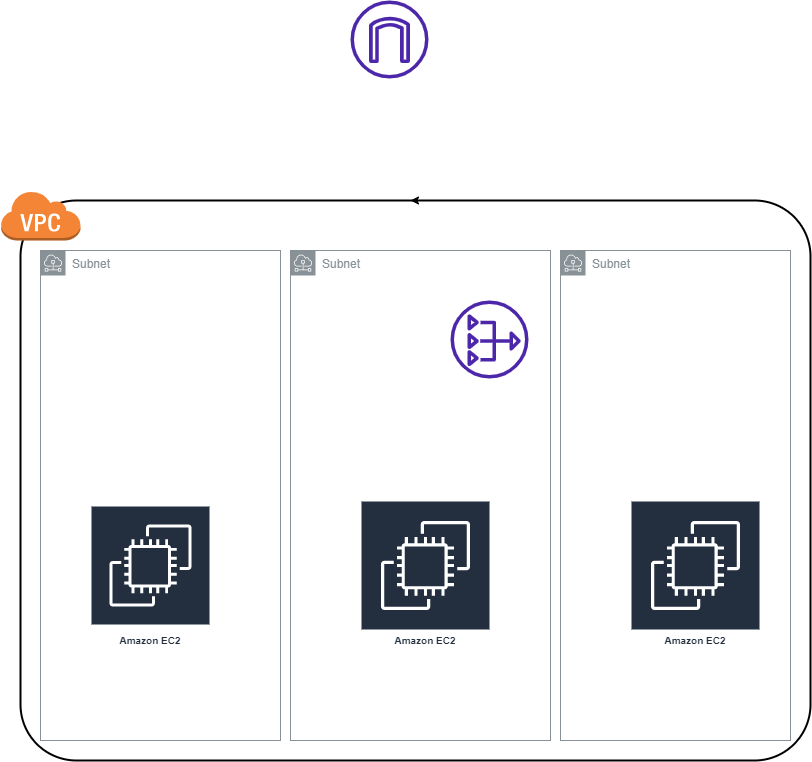
The draw.io diagram Tools/VPC.drawio.png in ManuGeorge96/ManuGeorge96, before a commit. Source tidied: cells renumbered, new cells last; positions are measured from the earlier drawing's top-left corner, leaving out a move shared by most shapes. Its diagram source:
```xml
<mxGraphModel>
  <root>
    <mxCell id="0" />
    <mxCell id="1" parent="0" />
    <mxCell id="2" style="edgeStyle=orthogonalEdgeStyle;rounded=0;jettySize=auto;html=1;exitX=0.5;exitY=0;exitDx=0;exitDy=0;" parent="1" edge="1" source="3">
      <mxGeometry relative="1" as="geometry">
        <mxPoint x="410" y="200" as="targetPoint" />
      </mxGeometry>
    </mxCell>
    <mxCell id="3" style="rounded=1;arcSize=10;dashed=0;fillColor=none;gradientColor=none;strokeWidth=2;" parent="1" vertex="1">
      <mxGeometry x="20" y="200" width="790" height="560" as="geometry" />
    </mxCell>
    <mxCell id="4" style="dashed=0;html=1;shape=mxgraph.aws3.virtual_private_cloud;fillColor=#F58536;gradientColor=none;dashed=0;" parent="1" vertex="1">
      <mxGeometry y="190" width="80" height="50" as="geometry" />
    </mxCell>
    <mxCell id="5" value="Subnet" style="sketch=0;gradientColor=none;html=1;whiteSpace=wrap;fontSize=12;fontStyle=0;shape=mxgraph.aws4.group;grIcon=mxgraph.aws4.group_subnet;strokeColor=#879196;fillColor=none;verticalAlign=top;align=left;spacingLeft=30;fontColor=#879196;dashed=0;" parent="1" vertex="1">
      <mxGeometry x="40" y="250" width="240" height="490" as="geometry" />
    </mxCell>
    <mxCell id="6" value="Subnet" style="sketch=0;gradientColor=none;html=1;whiteSpace=wrap;fontSize=12;fontStyle=0;shape=mxgraph.aws4.group;grIcon=mxgraph.aws4.group_subnet;strokeColor=#879196;fillColor=none;verticalAlign=top;align=left;spacingLeft=30;fontColor=#879196;dashed=0;" parent="1" vertex="1">
      <mxGeometry x="290" y="250" width="260" height="490" as="geometry" />
    </mxCell>
    <mxCell id="7" value="Subnet" style="sketch=0;gradientColor=none;html=1;whiteSpace=wrap;fontSize=12;fontStyle=0;shape=mxgraph.aws4.group;grIcon=mxgraph.aws4.group_subnet;strokeColor=#879196;fillColor=none;verticalAlign=top;align=left;spacingLeft=30;fontColor=#879196;dashed=0;" parent="1" vertex="1">
      <mxGeometry x="560" y="250" width="230" height="490" as="geometry" />
    </mxCell>
    <mxCell id="8" value="Amazon EC2" style="sketch=0;fontColor=#232F3E;gradientColor=none;strokeColor=#ffffff;fillColor=#232F3E;dashed=0;verticalLabelPosition=middle;verticalAlign=bottom;align=center;html=1;whiteSpace=wrap;fontSize=10;fontStyle=1;spacing=3;shape=mxgraph.aws4.productIcon;prIcon=mxgraph.aws4.ec2;" parent="1" vertex="1">
      <mxGeometry x="90" y="505" width="120" height="145" as="geometry" />
    </mxCell>
    <mxCell id="9" value="Amazon EC2" style="sketch=0;fontColor=#232F3E;gradientColor=none;strokeColor=#ffffff;fillColor=#232F3E;dashed=0;verticalLabelPosition=middle;verticalAlign=bottom;align=center;html=1;whiteSpace=wrap;fontSize=10;fontStyle=1;spacing=3;shape=mxgraph.aws4.productIcon;prIcon=mxgraph.aws4.ec2;" parent="1" vertex="1">
      <mxGeometry x="360" y="500" width="130" height="150" as="geometry" />
    </mxCell>
    <mxCell id="10" value="Amazon EC2" style="sketch=0;fontColor=#232F3E;gradientColor=none;strokeColor=#ffffff;fillColor=#232F3E;dashed=0;verticalLabelPosition=middle;verticalAlign=bottom;align=center;html=1;whiteSpace=wrap;fontSize=10;fontStyle=1;spacing=3;shape=mxgraph.aws4.productIcon;prIcon=mxgraph.aws4.ec2;" parent="1" vertex="1">
      <mxGeometry x="630" y="500" width="130" height="150" as="geometry" />
    </mxCell>
    <mxCell id="11" style="sketch=0;fontColor=#232F3E;gradientColor=none;fillColor=#4D27AA;strokeColor=none;dashed=0;verticalLabelPosition=bottom;verticalAlign=top;align=center;html=1;fontSize=12;fontStyle=0;shape=mxgraph.aws4.nat_gateway;" parent="1" vertex="1">
      <mxGeometry x="450" y="300" width="78" height="78" as="geometry" />
    </mxCell>
    <mxCell id="12" style="sketch=0;fontColor=#232F3E;gradientColor=none;fillColor=#4D27AA;strokeColor=none;dashed=0;verticalLabelPosition=bottom;verticalAlign=top;align=center;html=1;fontSize=12;fontStyle=0;shape=mxgraph.aws4.internet_gateway;" parent="1" vertex="1">
      <mxGeometry x="350" width="78" height="78" as="geometry" />
    </mxCell>
  </root>
</mxGraphModel>
```
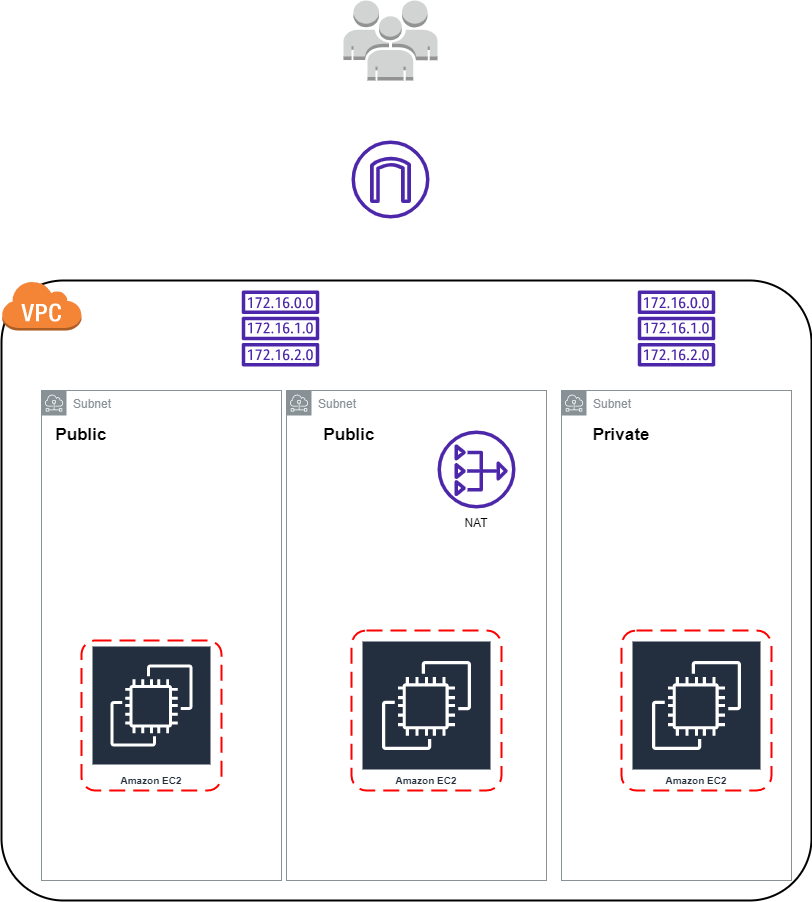
After the commit.

Diff of the diagram source:
```diff
@@ -2,22 +2,17 @@
   <root>
     <mxCell id="0" />
     <mxCell id="1" parent="0" />
-    <mxCell id="2" style="edgeStyle=orthogonalEdgeStyle;rounded=0;jettySize=auto;html=1;exitX=0.5;exitY=0;exitDx=0;exitDy=0;" parent="1" edge="1" source="3">
-      <mxGeometry relative="1" as="geometry">
-        <mxPoint x="410" y="200" as="targetPoint" />
-      </mxGeometry>
-    </mxCell>
     <mxCell id="3" style="rounded=1;arcSize=10;dashed=0;fillColor=none;gradientColor=none;strokeWidth=2;" parent="1" vertex="1">
-      <mxGeometry x="20" y="200" width="790" height="560" as="geometry" />
+      <mxGeometry y="140" width="810" height="620" as="geometry" />
     </mxCell>
     <mxCell id="4" style="dashed=0;html=1;shape=mxgraph.aws3.virtual_private_cloud;fillColor=#F58536;gradientColor=none;dashed=0;" parent="1" vertex="1">
-      <mxGeometry y="190" width="80" height="50" as="geometry" />
+      <mxGeometry y="140" width="80" height="50" as="geometry" />
     </mxCell>
     <mxCell id="5" value="Subnet" style="sketch=0;gradientColor=none;html=1;whiteSpace=wrap;fontSize=12;fontStyle=0;shape=mxgraph.aws4.group;grIcon=mxgraph.aws4.group_subnet;strokeColor=#879196;fillColor=none;verticalAlign=top;align=left;spacingLeft=30;fontColor=#879196;dashed=0;" parent="1" vertex="1">
       <mxGeometry x="40" y="250" width="240" height="490" as="geometry" />
     </mxCell>
     <mxCell id="6" value="Subnet" style="sketch=0;gradientColor=none;html=1;whiteSpace=wrap;fontSize=12;fontStyle=0;shape=mxgraph.aws4.group;grIcon=mxgraph.aws4.group_subnet;strokeColor=#879196;fillColor=none;verticalAlign=top;align=left;spacingLeft=30;fontColor=#879196;dashed=0;" parent="1" vertex="1">
-      <mxGeometry x="290" y="250" width="260" height="490" as="geometry" />
+      <mxGeometry x="285" y="250" width="260" height="490" as="geometry" />
     </mxCell>
     <mxCell id="7" value="Subnet" style="sketch=0;gradientColor=none;html=1;whiteSpace=wrap;fontSize=12;fontStyle=0;shape=mxgraph.aws4.group;grIcon=mxgraph.aws4.group_subnet;strokeColor=#879196;fillColor=none;verticalAlign=top;align=left;spacingLeft=30;fontColor=#879196;dashed=0;" parent="1" vertex="1">
       <mxGeometry x="560" y="250" width="230" height="490" as="geometry" />
@@ -31,11 +26,41 @@
     <mxCell id="10" value="Amazon EC2" style="sketch=0;fontColor=#232F3E;gradientColor=none;strokeColor=#ffffff;fillColor=#232F3E;dashed=0;verticalLabelPosition=middle;verticalAlign=bottom;align=center;html=1;whiteSpace=wrap;fontSize=10;fontStyle=1;spacing=3;shape=mxgraph.aws4.productIcon;prIcon=mxgraph.aws4.ec2;" parent="1" vertex="1">
       <mxGeometry x="630" y="500" width="130" height="150" as="geometry" />
     </mxCell>
+    <mxCell id="12" style="sketch=0;fontColor=#232F3E;gradientColor=none;fillColor=#4D27AA;strokeColor=none;dashed=0;verticalLabelPosition=bottom;verticalAlign=top;align=center;html=1;fontSize=12;fontStyle=0;shape=mxgraph.aws4.internet_gateway;" parent="1" vertex="1">
+      <mxGeometry x="350" width="78" height="78" as="geometry" />
+    </mxCell>
+    <mxCell id="13" style="sketch=0;fontColor=#232F3E;gradientColor=none;fillColor=#4D27AA;strokeColor=none;dashed=0;verticalLabelPosition=bottom;verticalAlign=top;align=center;html=1;fontSize=12;fontStyle=0;shape=mxgraph.aws4.route_table;" parent="1" vertex="1">
+      <mxGeometry x="636" y="150" width="78" height="76" as="geometry" />
+    </mxCell>
+    <mxCell id="14" style="sketch=0;fontColor=#232F3E;gradientColor=none;fillColor=#4D27AA;strokeColor=none;dashed=0;verticalLabelPosition=bottom;verticalAlign=top;align=center;html=1;fontSize=12;fontStyle=0;shape=mxgraph.aws4.route_table;" parent="1" vertex="1">
+      <mxGeometry x="240" y="150" width="78" height="76" as="geometry" />
+    </mxCell>
+    <mxCell id="15" style="rounded=1;arcSize=10;dashed=1;strokeColor=#ff0000;fillColor=none;gradientColor=none;dashPattern=8 4;strokeWidth=2;" parent="1" vertex="1">
+      <mxGeometry x="80" y="500" width="140" height="150" as="geometry" />
+    </mxCell>
+    <mxCell id="16" style="rounded=1;arcSize=10;dashed=1;strokeColor=#ff0000;fillColor=none;gradientColor=none;dashPattern=8 4;strokeWidth=2;" parent="1" vertex="1">
+      <mxGeometry x="350" y="490" width="150" height="160" as="geometry" />
+    </mxCell>
+    <mxCell id="17" style="rounded=1;arcSize=10;dashed=1;strokeColor=#ff0000;fillColor=none;gradientColor=none;dashPattern=8 4;strokeWidth=2;" parent="1" vertex="1">
+      <mxGeometry x="620" y="490" width="150" height="160" as="geometry" />
+    </mxCell>
+    <mxCell id="18" style="dashed=0;verticalLabelPosition=bottom;verticalAlign=top;align=center;html=1;shape=mxgraph.aws3.users;fillColor=#D2D3D3;gradientColor=none;" parent="1" vertex="1">
+      <mxGeometry x="342" y="-140" width="94" height="80" as="geometry" />
+    </mxCell>
     <mxCell id="11" style="sketch=0;fontColor=#232F3E;gradientColor=none;fillColor=#4D27AA;strokeColor=none;dashed=0;verticalLabelPosition=bottom;verticalAlign=top;align=center;html=1;fontSize=12;fontStyle=0;shape=mxgraph.aws4.nat_gateway;" parent="1" vertex="1">
-      <mxGeometry x="450" y="300" width="78" height="78" as="geometry" />
+      <mxGeometry x="436" y="290" width="78" height="78" as="geometry" />
     </mxCell>
-    <mxCell id="12" style="sketch=0;fontColor=#232F3E;gradientColor=none;fillColor=#4D27AA;strokeColor=none;dashed=0;verticalLabelPosition=bottom;verticalAlign=top;align=center;html=1;fontSize=12;fontStyle=0;shape=mxgraph.aws4.internet_gateway;" parent="1" vertex="1">
-      <mxGeometry x="350" width="78" height="78" as="geometry" />
-    </mxCell>
+    <mxCell id="19" value="NAT" style="text;html=1;strokeColor=none;fillColor=none;align=center;verticalAlign=middle;whiteSpace=wrap;rounded=0;" parent="1" vertex="1">
+      <mxGeometry x="445" y="368" width="60" height="30" as="geometry" />
+    </mxCell>
+    <mxCell id="20" value="Public" style="text;html=1;strokeColor=none;fillColor=none;align=center;verticalAlign=middle;whiteSpace=wrap;rounded=0;fontStyle=1;fontSize=17;" parent="1" vertex="1">
+      <mxGeometry x="50" y="280" width="60" height="30" as="geometry" />
+    </mxCell>
+    <mxCell id="21" value="&lt;b&gt;&lt;font style=&quot;font-size: 17px&quot;&gt;Public&lt;/font&gt;&lt;/b&gt;" style="text;html=1;strokeColor=none;fillColor=none;align=center;verticalAlign=middle;whiteSpace=wrap;rounded=0;fontSize=17;" parent="1" vertex="1">
+      <mxGeometry x="318" y="280" width="60" height="30" as="geometry" />
+    </mxCell>
+    <mxCell id="22" value="&lt;b&gt;Private&lt;/b&gt;" style="text;html=1;strokeColor=none;fillColor=none;align=center;verticalAlign=middle;whiteSpace=wrap;rounded=0;fontSize=17;" parent="1" vertex="1">
+      <mxGeometry x="590" y="280" width="60" height="30" as="geometry" />
+    </mxCell>
   </root>
 </mxGraphModel>
```
